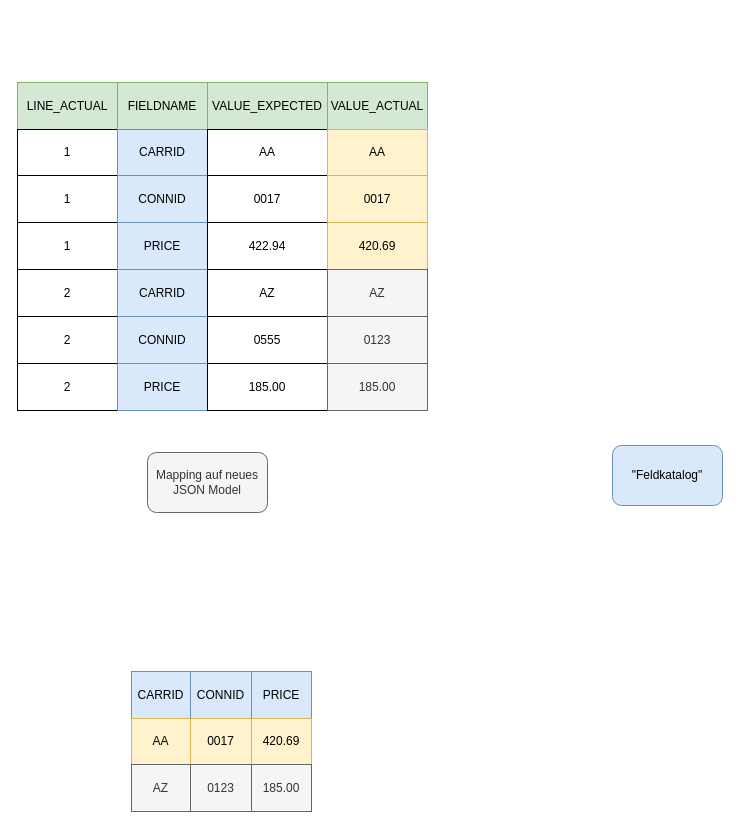
Before: Strukturierte Ansicht Daten-Transformation.drawio in Raaphaaa/UI5-Playground, a draw.io diagram. Source tidied: cells renumbered, new cells numbered last; positions are measured from the earlier drawing's top-left corner, leaving out a move shared by most shapes. Both pictures are drawn from the tidied source at 100%, with x=0, y=0 at pixel (17, 82).
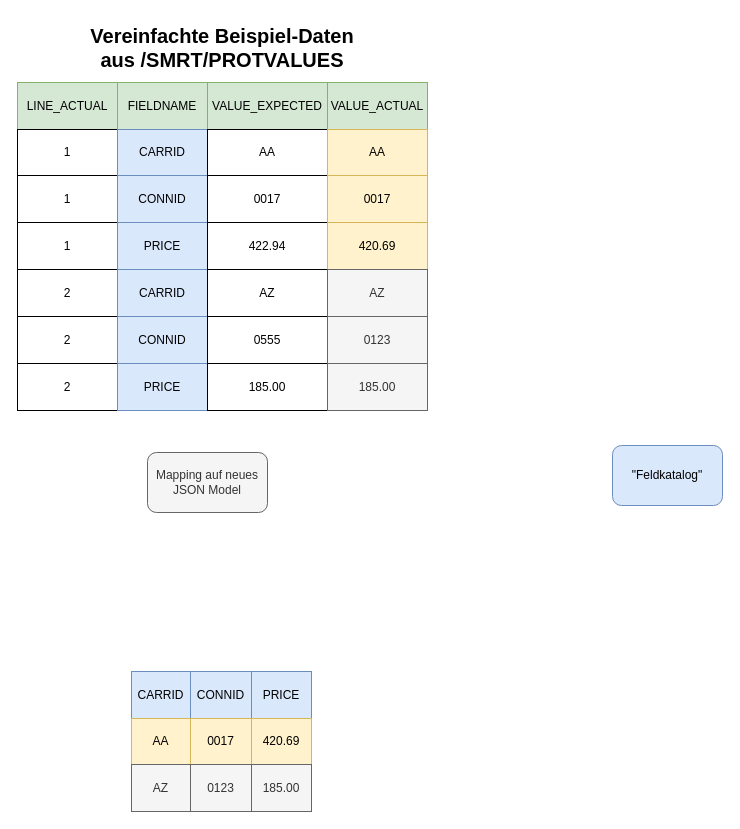
The same diagram, later.

What changed in the source:
```diff
@@
+    <mxCell id="53" value="&lt;b&gt;&lt;font style=&quot;font-size: 20px;&quot;&gt;Vereinfachte Beispiel-Daten aus /SMRT/PROTVALUES&lt;/font&gt;&lt;/b&gt;" style="text;html=1;whiteSpace=wrap;strokeColor=none;fillColor=none;align=center;verticalAlign=middle;rounded=0;" parent="1" vertex="1">
+      <mxGeometry x="60" y="-65" width="290" height="60" as="geometry" />
+    </mxCell>
```
